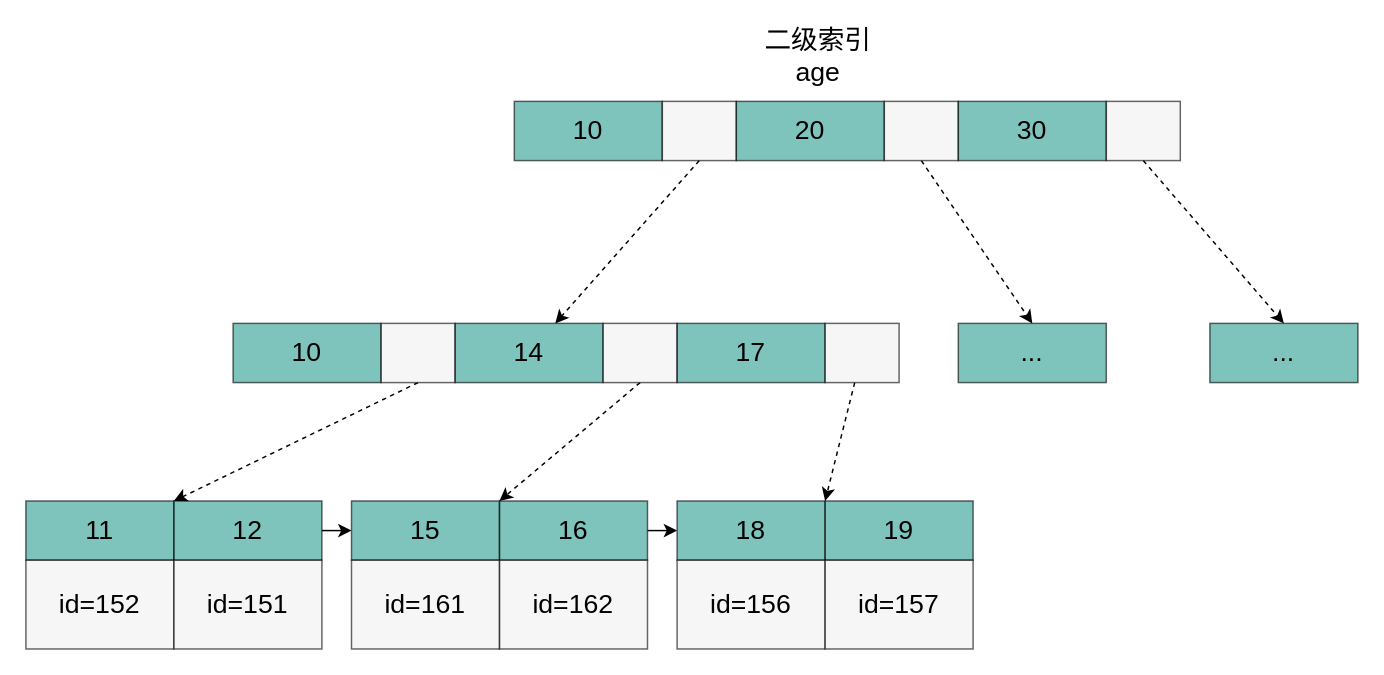
The draw.io diagram page "mysql-b+tree-secondry-key" (1 of 31) of mysql/mysql.drawio in boilingfrog/Go-POINT, before the edit. Source tidied: cells renumbered, new cells numbered last; positions are measured from the earlier drawing's top-left corner, leaving out a move shared by most shapes. Both pictures are drawn from the tidied source at 148%, with x=0, y=0 at pixel (25, 27).
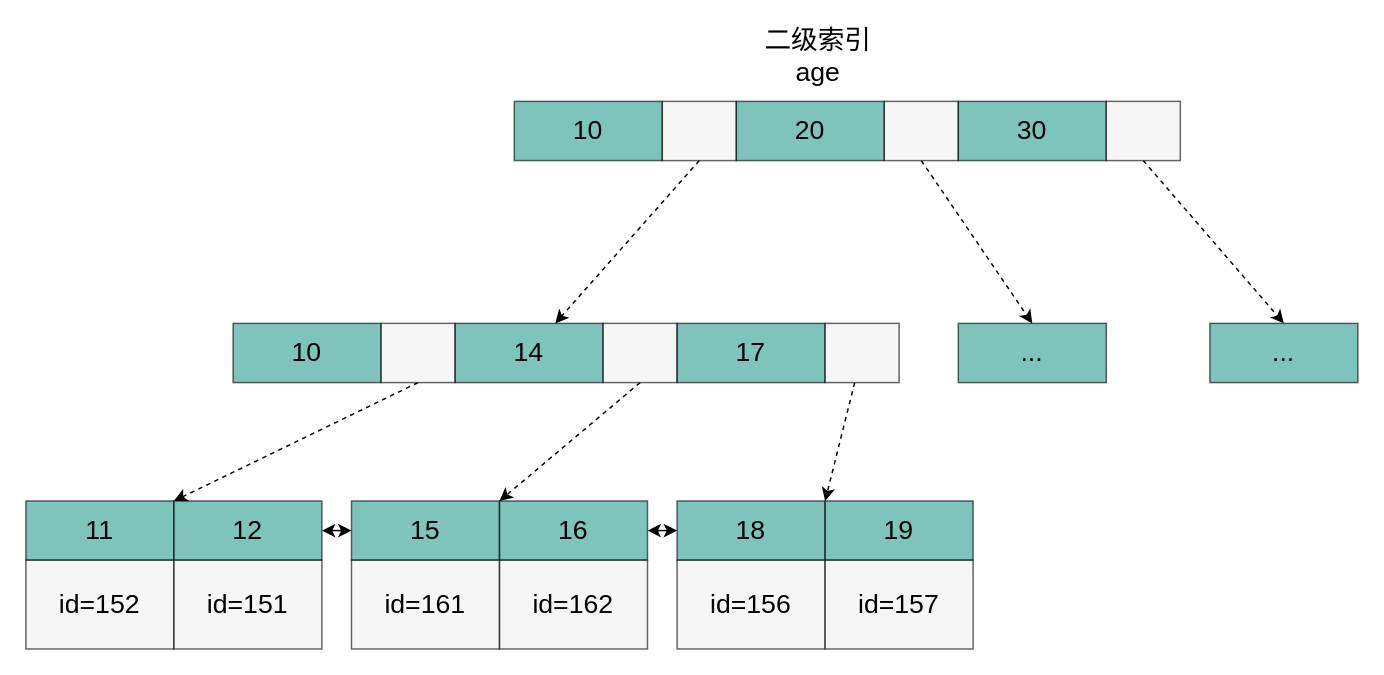
After the change.

The change refers to these unchanged cells:
```xml
<mxCell id="18" value="12" style="rounded=0;whiteSpace=wrap;html=1;fontSize=18;fillColor=#2A9D8F;opacity=60;" parent="1" vertex="1">
  <mxGeometry x="100" y="320" width="100" height="40" as="geometry" />
</mxCell>
<mxCell id="19" value="15" style="rounded=0;whiteSpace=wrap;html=1;fontSize=18;fillColor=#2A9D8F;opacity=60;" parent="1" vertex="1">
  <mxGeometry x="220" y="320" width="100" height="40" as="geometry" />
</mxCell>
<mxCell id="25" value="16" style="rounded=0;whiteSpace=wrap;html=1;fontSize=18;fillColor=#2A9D8F;opacity=60;" parent="1" vertex="1">
  <mxGeometry x="320" y="320" width="100" height="40" as="geometry" />
</mxCell>
<mxCell id="26" value="18" style="rounded=0;whiteSpace=wrap;html=1;fontSize=18;fillColor=#2A9D8F;opacity=60;" parent="1" vertex="1">
  <mxGeometry x="440" y="320" width="100" height="40" as="geometry" />
</mxCell>
```

Change to the diagram source:
```diff
@@
-    <mxCell id="17" style="edgeStyle=none;html=1;entryX=0;entryY=0.5;entryDx=0;entryDy=0;fontSize=18;" parent="1" edge="1" source="18" target="19">
+    <mxCell id="17" style="edgeStyle=none;html=1;entryX=0;entryY=0.5;entryDx=0;entryDy=0;fontSize=18;startArrow=classic;startFill=1;" parent="1" edge="1" source="18" target="19">
       <mxGeometry relative="1" as="geometry" />
     </mxCell>
@@
-    <mxCell id="24" style="edgeStyle=none;html=1;fontSize=18;" parent="1" edge="1" source="25" target="26">
+    <mxCell id="24" style="edgeStyle=none;html=1;fontSize=18;startArrow=classic;startFill=1;" parent="1" edge="1" source="25" target="26">
       <mxGeometry relative="1" as="geometry" />
     </mxCell>
```
